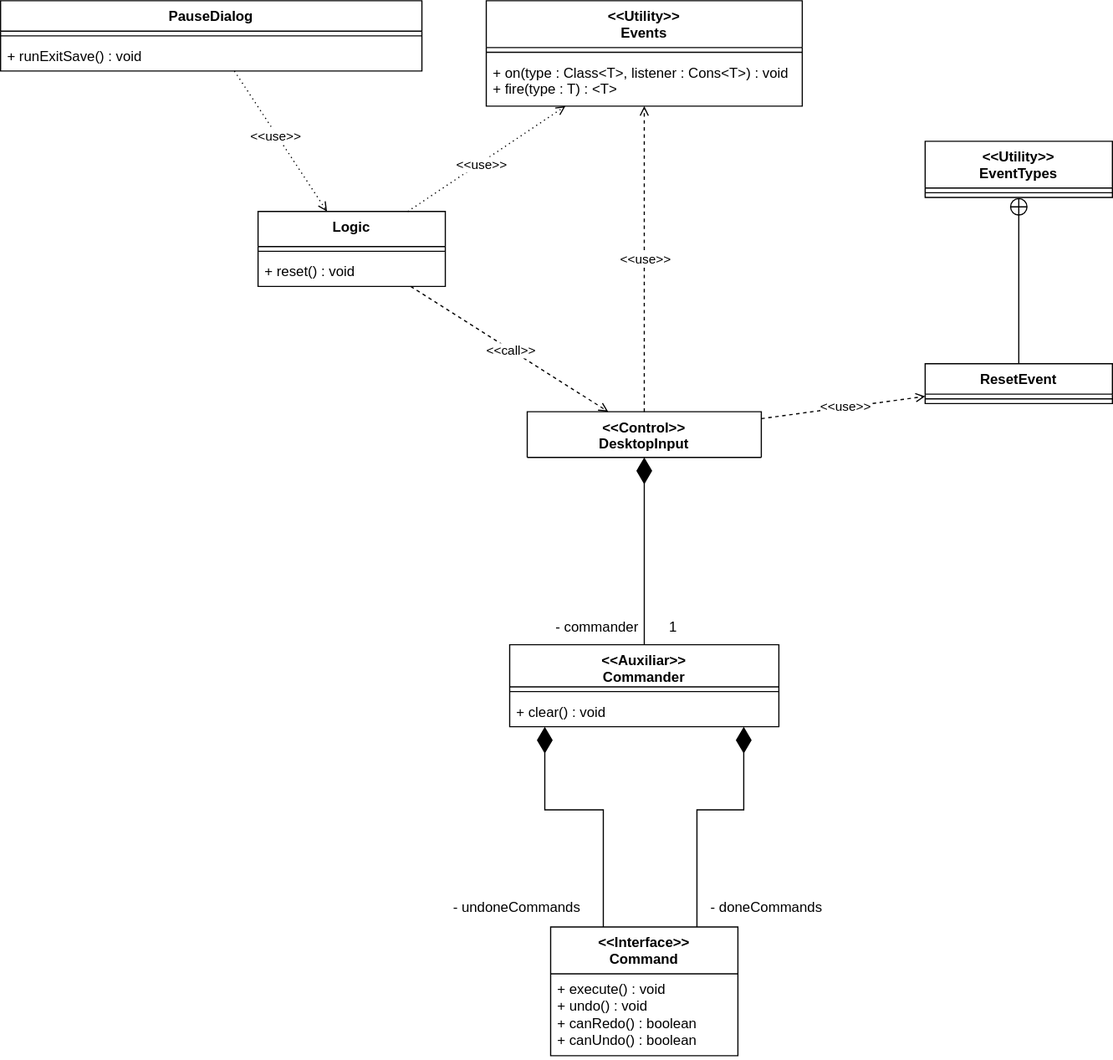
gabits17/Mindustry-Add-ons-SE-Project keeps this draw.io diagram as SE202526/Milestone3/UserStory1/Assets/LeaveMapClass.drawio.svg. Above is the earlier version. Source tidied: cells renumbered, new cells last; positions are measured from the earlier drawing's top-left corner, leaving out a move shared by most shapes. Its diagram source:
```xml
<mxGraphModel>
  <root>
    <mxCell id="0" />
    <mxCell id="1" parent="0" />
    <mxCell id="2" style="edgeStyle=orthogonalEdgeStyle;rounded=0;jettySize=auto;html=1;endArrow=diamondThin;endFill=1;endSize=20;" parent="1" edge="1" source="3" target="13">
      <mxGeometry relative="1" as="geometry" />
    </mxCell>
    <mxCell id="3" value="&lt;div&gt;&amp;lt;&amp;lt;Auxiliar&amp;gt;&amp;gt;&lt;/div&gt;&lt;div&gt;Commander&lt;/div&gt;" style="swimlane;fontStyle=1;align=center;verticalAlign=top;horizontal=1;startSize=36;whiteSpace=wrap;html=1;" parent="1" vertex="1">
      <mxGeometry x="435" y="550" width="230" height="70" as="geometry" />
    </mxCell>
    <mxCell id="4" style="line;strokeWidth=1;fillColor=none;align=left;verticalAlign=middle;spacingTop=-1;spacingLeft=3;spacingRight=3;labelPosition=right;strokeColor=inherit;" parent="3" vertex="1">
      <mxGeometry y="36" width="230" height="8" as="geometry" />
    </mxCell>
    <mxCell id="5" value="+ clear() : void" style="text;strokeColor=none;fillColor=none;align=left;verticalAlign=top;spacingLeft=4;spacingRight=4;overflow=hidden;whiteSpace=wrap;html=1;" parent="3" vertex="1">
      <mxGeometry y="44" width="230" height="26" as="geometry" />
    </mxCell>
    <mxCell id="6" value="- commander" style="text;html=1;whiteSpace=wrap;strokeColor=none;fillColor=none;align=center;verticalAlign=middle;rounded=0;" parent="1" vertex="1">
      <mxGeometry x="470" y="520" width="80" height="30" as="geometry" />
    </mxCell>
    <mxCell id="7" style="edgeStyle=orthogonalEdgeStyle;rounded=0;jettySize=auto;html=1;endArrow=diamondThin;endFill=1;endSize=20;" parent="1" edge="1" source="9" target="3">
      <mxGeometry relative="1" as="geometry">
        <Array as="points">
          <mxPoint x="515" y="691" />
          <mxPoint x="465" y="691" />
        </Array>
      </mxGeometry>
    </mxCell>
    <mxCell id="8" style="edgeStyle=orthogonalEdgeStyle;rounded=0;jettySize=auto;html=1;endArrow=diamondThin;endFill=1;endSize=20;" parent="1" edge="1" source="9" target="3">
      <mxGeometry relative="1" as="geometry">
        <Array as="points">
          <mxPoint x="595" y="691" />
          <mxPoint x="635" y="691" />
        </Array>
      </mxGeometry>
    </mxCell>
    <mxCell id="9" value="&lt;div&gt;&amp;lt;&amp;lt;Interface&amp;gt;&amp;gt;&lt;/div&gt;&lt;div&gt;Command&lt;/div&gt;" style="swimlane;fontStyle=1;align=center;verticalAlign=top;horizontal=1;startSize=40;whiteSpace=wrap;html=1;" parent="1" vertex="1">
      <mxGeometry x="470" y="791" width="160" height="110" as="geometry" />
    </mxCell>
    <mxCell id="10" value="&lt;div&gt;+ execute() : void&lt;/div&gt;&lt;div&gt;+ undo() : void&lt;/div&gt;&lt;div&gt;+ canRedo() : boolean&lt;/div&gt;&lt;div&gt;+ canUndo() : boolean&lt;/div&gt;" style="text;strokeColor=none;fillColor=none;align=left;verticalAlign=top;spacingLeft=4;spacingRight=4;overflow=hidden;whiteSpace=wrap;html=1;" parent="9" vertex="1">
      <mxGeometry y="40" width="160" height="70" as="geometry" />
    </mxCell>
    <mxCell id="11" value="- doneCommands" style="text;whiteSpace=wrap;html=1;" parent="1" vertex="1">
      <mxGeometry x="605" y="761" width="110" height="30" as="geometry" />
    </mxCell>
    <mxCell id="12" value="- undoneCommands&amp;nbsp;" style="text;whiteSpace=wrap;html=1;" parent="1" vertex="1">
      <mxGeometry x="385" y="761" width="120" height="30" as="geometry" />
    </mxCell>
    <mxCell id="13" value="&lt;div&gt;&amp;lt;&amp;lt;Control&amp;gt;&amp;gt;&lt;/div&gt;&lt;div&gt;DesktopInput&lt;/div&gt;" style="swimlane;fontStyle=1;align=center;verticalAlign=top;horizontal=1;startSize=80;whiteSpace=wrap;html=1;" parent="1" vertex="1">
      <mxGeometry x="450" y="351" width="200" height="39" as="geometry" />
    </mxCell>
    <mxCell id="14" value="1" style="text;html=1;whiteSpace=wrap;strokeColor=none;fillColor=none;align=center;verticalAlign=middle;rounded=0;" parent="1" vertex="1">
      <mxGeometry x="545" y="520" width="60" height="30" as="geometry" />
    </mxCell>
    <mxCell id="15" style="rounded=0;jettySize=auto;html=1;dashed=1;endArrow=open;endFill=0;" parent="1" edge="1" source="17" target="13">
      <mxGeometry relative="1" as="geometry" />
    </mxCell>
    <mxCell id="16" value="&amp;lt;&amp;lt;call&amp;gt;&amp;gt;" style="edgeLabel;html=1;align=center;verticalAlign=middle;" parent="15" vertex="1">
      <mxGeometry x="0.01" y="-1" relative="1" as="geometry" />
    </mxCell>
    <mxCell id="17" value="&lt;div&gt;Logic&lt;/div&gt;" style="swimlane;fontStyle=1;align=center;verticalAlign=top;horizontal=1;startSize=30;whiteSpace=wrap;html=1;" parent="1" vertex="1">
      <mxGeometry x="220" y="180" width="160" height="64" as="geometry" />
    </mxCell>
    <mxCell id="18" style="line;strokeWidth=1;fillColor=none;align=left;verticalAlign=middle;spacingTop=-1;spacingLeft=3;spacingRight=3;labelPosition=right;strokeColor=inherit;" parent="17" vertex="1">
      <mxGeometry y="30" width="160" height="8" as="geometry" />
    </mxCell>
    <mxCell id="19" value="+ reset() : void" style="text;strokeColor=none;fillColor=none;align=left;verticalAlign=top;spacingLeft=4;spacingRight=4;overflow=hidden;whiteSpace=wrap;html=1;" parent="17" vertex="1">
      <mxGeometry y="38" width="160" height="26" as="geometry" />
    </mxCell>
    <mxCell id="20" value="&lt;div&gt;&amp;lt;&amp;lt;Utility&amp;gt;&amp;gt;&lt;/div&gt;&lt;div&gt;Events&lt;/div&gt;" style="swimlane;fontStyle=1;align=center;verticalAlign=top;horizontal=1;startSize=40;whiteSpace=wrap;html=1;" parent="1" vertex="1">
      <mxGeometry x="415" width="270" height="90" as="geometry" />
    </mxCell>
    <mxCell id="21" style="line;strokeWidth=1;fillColor=none;align=left;verticalAlign=middle;spacingTop=-1;spacingLeft=3;spacingRight=3;labelPosition=right;strokeColor=inherit;" parent="20" vertex="1">
      <mxGeometry y="40" width="270" height="8" as="geometry" />
    </mxCell>
    <mxCell id="22" value="&lt;div&gt;+ on(type : Class&amp;lt;T&amp;gt;, listener : Cons&amp;lt;T&amp;gt;) : void&lt;/div&gt;&lt;div&gt;+ fire(type : T) : &amp;lt;T&amp;gt;&lt;/div&gt;" style="text;strokeColor=none;fillColor=none;align=left;verticalAlign=top;spacingLeft=4;spacingRight=4;overflow=hidden;whiteSpace=wrap;html=1;" parent="20" vertex="1">
      <mxGeometry y="48" width="270" height="42" as="geometry" />
    </mxCell>
    <mxCell id="23" style="endArrow=open;dashed=1;html=1;strokeWidth=1;rounded=0;endFill=0;" parent="1" edge="1" source="13" target="20">
      <mxGeometry relative="1" as="geometry" />
    </mxCell>
    <mxCell id="24" value="&amp;lt;&amp;lt;use&amp;gt;&amp;gt;" style="edgeLabel;html=1;align=center;verticalAlign=middle;" parent="23" vertex="1">
      <mxGeometry x="0.01" y="1" relative="1" as="geometry">
        <mxPoint x="1" as="offset" />
      </mxGeometry>
    </mxCell>
    <mxCell id="25" style="endArrow=open;dashed=1;html=1;dashPattern=1 3;strokeWidth=1;rounded=0;endFill=0;" parent="1" edge="1" source="17" target="20">
      <mxGeometry relative="1" as="geometry" />
    </mxCell>
    <mxCell id="26" value="&amp;lt;&amp;lt;use&amp;gt;&amp;gt;" style="edgeLabel;html=1;align=center;verticalAlign=middle;" parent="25" vertex="1">
      <mxGeometry x="-0.08" y="-2" relative="1" as="geometry">
        <mxPoint y="-1" as="offset" />
      </mxGeometry>
    </mxCell>
    <mxCell id="27" value="PauseDialog" style="swimlane;fontStyle=1;align=center;verticalAlign=top;horizontal=1;startSize=26;whiteSpace=wrap;html=1;" parent="1" vertex="1">
      <mxGeometry width="360" height="60" as="geometry" />
    </mxCell>
    <mxCell id="28" style="line;strokeWidth=1;fillColor=none;align=left;verticalAlign=middle;spacingTop=-1;spacingLeft=3;spacingRight=3;labelPosition=right;strokeColor=inherit;" parent="27" vertex="1">
      <mxGeometry y="26" width="360" height="8" as="geometry" />
    </mxCell>
    <mxCell id="29" value="+ runExitSave() : void" style="text;strokeColor=none;fillColor=none;align=left;verticalAlign=top;spacingLeft=4;spacingRight=4;overflow=hidden;whiteSpace=wrap;html=1;" parent="27" vertex="1">
      <mxGeometry y="34" width="360" height="26" as="geometry" />
    </mxCell>
    <mxCell id="30" style="endArrow=open;dashed=1;html=1;dashPattern=1 3;strokeWidth=1;rounded=0;endFill=0;" parent="1" edge="1" source="27" target="17">
      <mxGeometry relative="1" as="geometry" />
    </mxCell>
    <mxCell id="31" value="&amp;lt;&amp;lt;use&amp;gt;&amp;gt;" style="edgeLabel;html=1;align=center;verticalAlign=middle;" parent="30" vertex="1">
      <mxGeometry x="-0.08" y="-2" relative="1" as="geometry">
        <mxPoint y="-1" as="offset" />
      </mxGeometry>
    </mxCell>
    <mxCell id="32" value="&lt;div&gt;&amp;lt;&amp;lt;Utility&amp;gt;&amp;gt;&lt;/div&gt;&lt;div&gt;EventTypes&lt;/div&gt;" style="swimlane;fontStyle=1;align=center;verticalAlign=top;horizontal=1;startSize=40;whiteSpace=wrap;html=1;" parent="1" vertex="1">
      <mxGeometry x="790" y="120" width="160" height="48" as="geometry" />
    </mxCell>
    <mxCell id="33" style="line;strokeWidth=1;fillColor=none;align=left;verticalAlign=middle;spacingTop=-1;spacingLeft=3;spacingRight=3;labelPosition=right;strokeColor=inherit;" parent="32" vertex="1">
      <mxGeometry y="40" width="160" height="8" as="geometry" />
    </mxCell>
    <mxCell id="34" style="edgeStyle=orthogonalEdgeStyle;rounded=0;jettySize=auto;html=1;endArrow=circlePlus;endFill=0;" parent="1" edge="1" source="35" target="32">
      <mxGeometry relative="1" as="geometry" />
    </mxCell>
    <mxCell id="35" value="ResetEvent" style="swimlane;fontStyle=1;align=center;verticalAlign=top;horizontal=1;startSize=26;whiteSpace=wrap;html=1;" parent="1" vertex="1">
      <mxGeometry x="790" y="310" width="160" height="34" as="geometry" />
    </mxCell>
    <mxCell id="36" style="line;strokeWidth=1;fillColor=none;align=left;verticalAlign=middle;spacingTop=-1;spacingLeft=3;spacingRight=3;labelPosition=right;strokeColor=inherit;" parent="35" vertex="1">
      <mxGeometry y="26" width="160" height="8" as="geometry" />
    </mxCell>
    <mxCell id="37" style="endArrow=open;dashed=1;html=1;strokeWidth=1;rounded=0;endFill=0;" parent="1" edge="1" source="13" target="35">
      <mxGeometry relative="1" as="geometry" />
    </mxCell>
    <mxCell id="38" value="&amp;lt;&amp;lt;use&amp;gt;&amp;gt;" style="edgeLabel;html=1;align=center;verticalAlign=middle;" parent="37" vertex="1">
      <mxGeometry x="0.01" y="1" relative="1" as="geometry">
        <mxPoint x="1" as="offset" />
      </mxGeometry>
    </mxCell>
  </root>
</mxGraphModel>
```
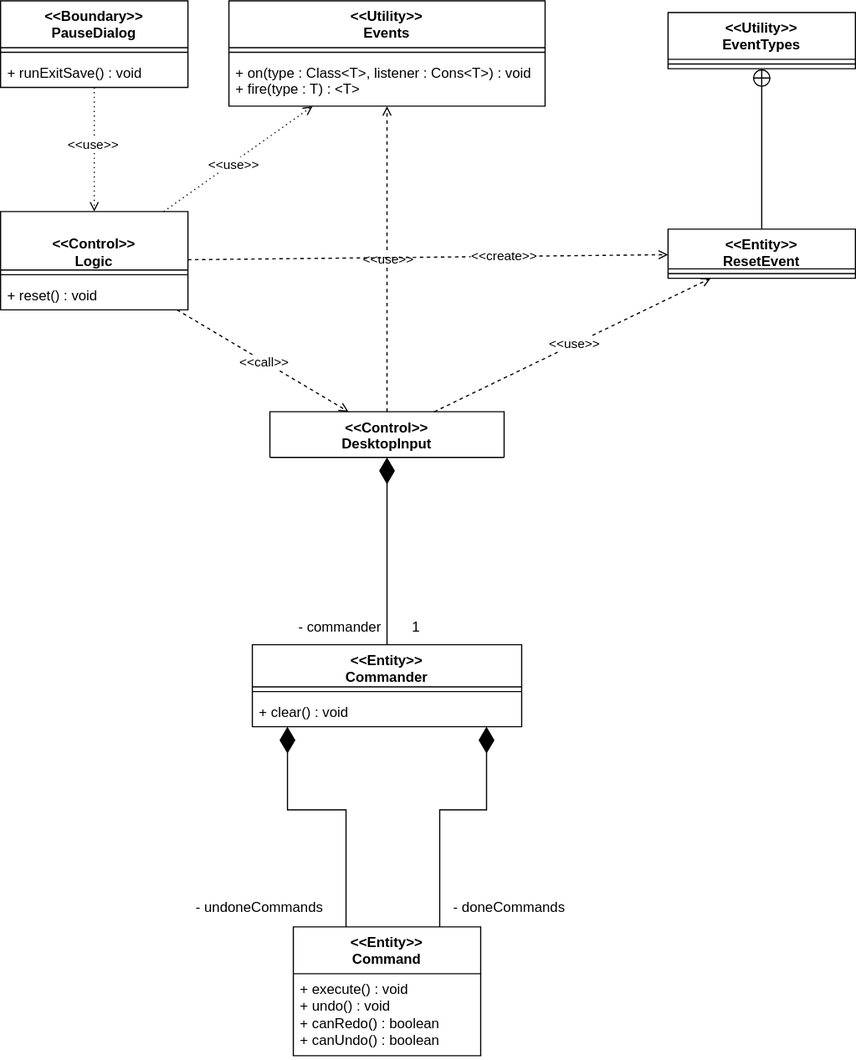
After the commit.

Commit message:
All the class diagrams where changed based on the feedback given by the professor

The edit, as a diff of the source:
```diff
@@ -5,7 +5,7 @@
     <mxCell id="2" style="edgeStyle=orthogonalEdgeStyle;rounded=0;jettySize=auto;html=1;endArrow=diamondThin;endFill=1;endSize=20;" parent="1" edge="1" source="3" target="13">
       <mxGeometry relative="1" as="geometry" />
     </mxCell>
-    <mxCell id="3" value="&lt;div&gt;&amp;lt;&amp;lt;Auxiliar&amp;gt;&amp;gt;&lt;/div&gt;&lt;div&gt;Commander&lt;/div&gt;" style="swimlane;fontStyle=1;align=center;verticalAlign=top;horizontal=1;startSize=36;whiteSpace=wrap;html=1;" parent="1" vertex="1">
+    <mxCell id="3" value="&lt;div&gt;&amp;lt;&amp;lt;Entity&amp;gt;&amp;gt;&lt;/div&gt;&lt;div&gt;Commander&lt;/div&gt;" style="swimlane;fontStyle=1;align=center;verticalAlign=top;horizontal=1;startSize=36;whiteSpace=wrap;html=1;" parent="1" vertex="1">
       <mxGeometry x="435" y="550" width="230" height="70" as="geometry" />
     </mxCell>
     <mxCell id="4" style="line;strokeWidth=1;fillColor=none;align=left;verticalAlign=middle;spacingTop=-1;spacingLeft=3;spacingRight=3;labelPosition=right;strokeColor=inherit;" parent="3" vertex="1">
@@ -33,7 +33,7 @@
         </Array>
       </mxGeometry>
     </mxCell>
-    <mxCell id="9" value="&lt;div&gt;&amp;lt;&amp;lt;Interface&amp;gt;&amp;gt;&lt;/div&gt;&lt;div&gt;Command&lt;/div&gt;" style="swimlane;fontStyle=1;align=center;verticalAlign=top;horizontal=1;startSize=40;whiteSpace=wrap;html=1;" parent="1" vertex="1">
+    <mxCell id="9" value="&lt;div&gt;&amp;lt;&amp;lt;Entity&amp;gt;&amp;gt;&lt;/div&gt;&lt;div&gt;Command&lt;/div&gt;" style="swimlane;fontStyle=1;align=center;verticalAlign=top;horizontal=1;startSize=40;whiteSpace=wrap;html=1;" parent="1" vertex="1">
       <mxGeometry x="470" y="791" width="160" height="110" as="geometry" />
     </mxCell>
     <mxCell id="10" value="&lt;div&gt;+ execute() : void&lt;/div&gt;&lt;div&gt;+ undo() : void&lt;/div&gt;&lt;div&gt;+ canRedo() : boolean&lt;/div&gt;&lt;div&gt;+ canUndo() : boolean&lt;/div&gt;" style="text;strokeColor=none;fillColor=none;align=left;verticalAlign=top;spacingLeft=4;spacingRight=4;overflow=hidden;whiteSpace=wrap;html=1;" parent="9" vertex="1">
@@ -57,14 +57,14 @@
     <mxCell id="16" value="&amp;lt;&amp;lt;call&amp;gt;&amp;gt;" style="edgeLabel;html=1;align=center;verticalAlign=middle;" parent="15" vertex="1">
       <mxGeometry x="0.01" y="-1" relative="1" as="geometry" />
     </mxCell>
-    <mxCell id="17" value="&lt;div&gt;Logic&lt;/div&gt;" style="swimlane;fontStyle=1;align=center;verticalAlign=top;horizontal=1;startSize=30;whiteSpace=wrap;html=1;" parent="1" vertex="1">
-      <mxGeometry x="220" y="180" width="160" height="64" as="geometry" />
+    <mxCell id="17" value="&lt;div&gt;&lt;br&gt;&lt;/div&gt;&lt;div&gt;&amp;lt;&amp;lt;Control&amp;gt;&amp;gt;&lt;/div&gt;&lt;div&gt;Logic&lt;/div&gt;" style="swimlane;fontStyle=1;align=center;verticalAlign=top;horizontal=1;startSize=50;whiteSpace=wrap;html=1;" parent="1" vertex="1">
+      <mxGeometry x="220" y="180" width="160" height="84" as="geometry" />
     </mxCell>
     <mxCell id="18" style="line;strokeWidth=1;fillColor=none;align=left;verticalAlign=middle;spacingTop=-1;spacingLeft=3;spacingRight=3;labelPosition=right;strokeColor=inherit;" parent="17" vertex="1">
-      <mxGeometry y="30" width="160" height="8" as="geometry" />
+      <mxGeometry y="50" width="160" height="8" as="geometry" />
     </mxCell>
     <mxCell id="19" value="+ reset() : void" style="text;strokeColor=none;fillColor=none;align=left;verticalAlign=top;spacingLeft=4;spacingRight=4;overflow=hidden;whiteSpace=wrap;html=1;" parent="17" vertex="1">
-      <mxGeometry y="38" width="160" height="26" as="geometry" />
+      <mxGeometry y="58" width="160" height="26" as="geometry" />
     </mxCell>
     <mxCell id="20" value="&lt;div&gt;&amp;lt;&amp;lt;Utility&amp;gt;&amp;gt;&lt;/div&gt;&lt;div&gt;Events&lt;/div&gt;" style="swimlane;fontStyle=1;align=center;verticalAlign=top;horizontal=1;startSize=40;whiteSpace=wrap;html=1;" parent="1" vertex="1">
       <mxGeometry x="415" width="270" height="90" as="geometry" />
@@ -91,14 +91,14 @@
         <mxPoint y="-1" as="offset" />
       </mxGeometry>
     </mxCell>
-    <mxCell id="27" value="PauseDialog" style="swimlane;fontStyle=1;align=center;verticalAlign=top;horizontal=1;startSize=26;whiteSpace=wrap;html=1;" parent="1" vertex="1">
-      <mxGeometry width="360" height="60" as="geometry" />
+    <mxCell id="27" value="&amp;lt;&amp;lt;Boundary&amp;gt;&amp;gt;&lt;div&gt;PauseDialog&lt;/div&gt;" style="swimlane;fontStyle=1;align=center;verticalAlign=top;horizontal=1;startSize=40;whiteSpace=wrap;html=1;" parent="1" vertex="1">
+      <mxGeometry x="220" width="160" height="74" as="geometry" />
     </mxCell>
     <mxCell id="28" style="line;strokeWidth=1;fillColor=none;align=left;verticalAlign=middle;spacingTop=-1;spacingLeft=3;spacingRight=3;labelPosition=right;strokeColor=inherit;" parent="27" vertex="1">
-      <mxGeometry y="26" width="360" height="8" as="geometry" />
+      <mxGeometry y="40" width="160" height="8" as="geometry" />
     </mxCell>
     <mxCell id="29" value="+ runExitSave() : void" style="text;strokeColor=none;fillColor=none;align=left;verticalAlign=top;spacingLeft=4;spacingRight=4;overflow=hidden;whiteSpace=wrap;html=1;" parent="27" vertex="1">
-      <mxGeometry y="34" width="360" height="26" as="geometry" />
+      <mxGeometry y="48" width="160" height="26" as="geometry" />
     </mxCell>
     <mxCell id="30" style="endArrow=open;dashed=1;html=1;dashPattern=1 3;strokeWidth=1;rounded=0;endFill=0;" parent="1" edge="1" source="27" target="17">
       <mxGeometry relative="1" as="geometry" />
@@ -109,7 +109,7 @@
       </mxGeometry>
     </mxCell>
     <mxCell id="32" value="&lt;div&gt;&amp;lt;&amp;lt;Utility&amp;gt;&amp;gt;&lt;/div&gt;&lt;div&gt;EventTypes&lt;/div&gt;" style="swimlane;fontStyle=1;align=center;verticalAlign=top;horizontal=1;startSize=40;whiteSpace=wrap;html=1;" parent="1" vertex="1">
-      <mxGeometry x="790" y="120" width="160" height="48" as="geometry" />
+      <mxGeometry x="790" y="10" width="160" height="48" as="geometry" />
     </mxCell>
     <mxCell id="33" style="line;strokeWidth=1;fillColor=none;align=left;verticalAlign=middle;spacingTop=-1;spacingLeft=3;spacingRight=3;labelPosition=right;strokeColor=inherit;" parent="32" vertex="1">
       <mxGeometry y="40" width="160" height="8" as="geometry" />
@@ -117,11 +117,11 @@
     <mxCell id="34" style="edgeStyle=orthogonalEdgeStyle;rounded=0;jettySize=auto;html=1;endArrow=circlePlus;endFill=0;" parent="1" edge="1" source="35" target="32">
       <mxGeometry relative="1" as="geometry" />
     </mxCell>
-    <mxCell id="35" value="ResetEvent" style="swimlane;fontStyle=1;align=center;verticalAlign=top;horizontal=1;startSize=26;whiteSpace=wrap;html=1;" parent="1" vertex="1">
-      <mxGeometry x="790" y="310" width="160" height="34" as="geometry" />
+    <mxCell id="35" value="&amp;lt;&amp;lt;Entity&amp;gt;&amp;gt;&lt;div&gt;ResetEvent&lt;/div&gt;" style="swimlane;fontStyle=1;align=center;verticalAlign=top;horizontal=1;startSize=34;whiteSpace=wrap;html=1;" parent="1" vertex="1">
+      <mxGeometry x="790" y="195" width="160" height="42" as="geometry" />
     </mxCell>
     <mxCell id="36" style="line;strokeWidth=1;fillColor=none;align=left;verticalAlign=middle;spacingTop=-1;spacingLeft=3;spacingRight=3;labelPosition=right;strokeColor=inherit;" parent="35" vertex="1">
-      <mxGeometry y="26" width="160" height="8" as="geometry" />
+      <mxGeometry y="34" width="160" height="8" as="geometry" />
     </mxCell>
     <mxCell id="37" style="endArrow=open;dashed=1;html=1;strokeWidth=1;rounded=0;endFill=0;" parent="1" edge="1" source="13" target="35">
       <mxGeometry relative="1" as="geometry" />
@@ -131,5 +131,13 @@
         <mxPoint x="1" as="offset" />
       </mxGeometry>
     </mxCell>
+    <mxCell id="39" style="endArrow=open;dashed=1;html=1;strokeWidth=1;rounded=0;endFill=0;" parent="1" edge="1" source="17" target="35">
+      <mxGeometry relative="1" as="geometry" />
+    </mxCell>
+    <mxCell id="40" value="&amp;lt;&amp;lt;create&amp;gt;&amp;gt;" style="edgeLabel;html=1;align=center;verticalAlign=middle;" parent="39" vertex="1">
+      <mxGeometry x="0.01" y="1" relative="1" as="geometry">
+        <mxPoint x="64" as="offset" />
+      </mxGeometry>
+    </mxCell>
   </root>
 </mxGraphModel>
```
